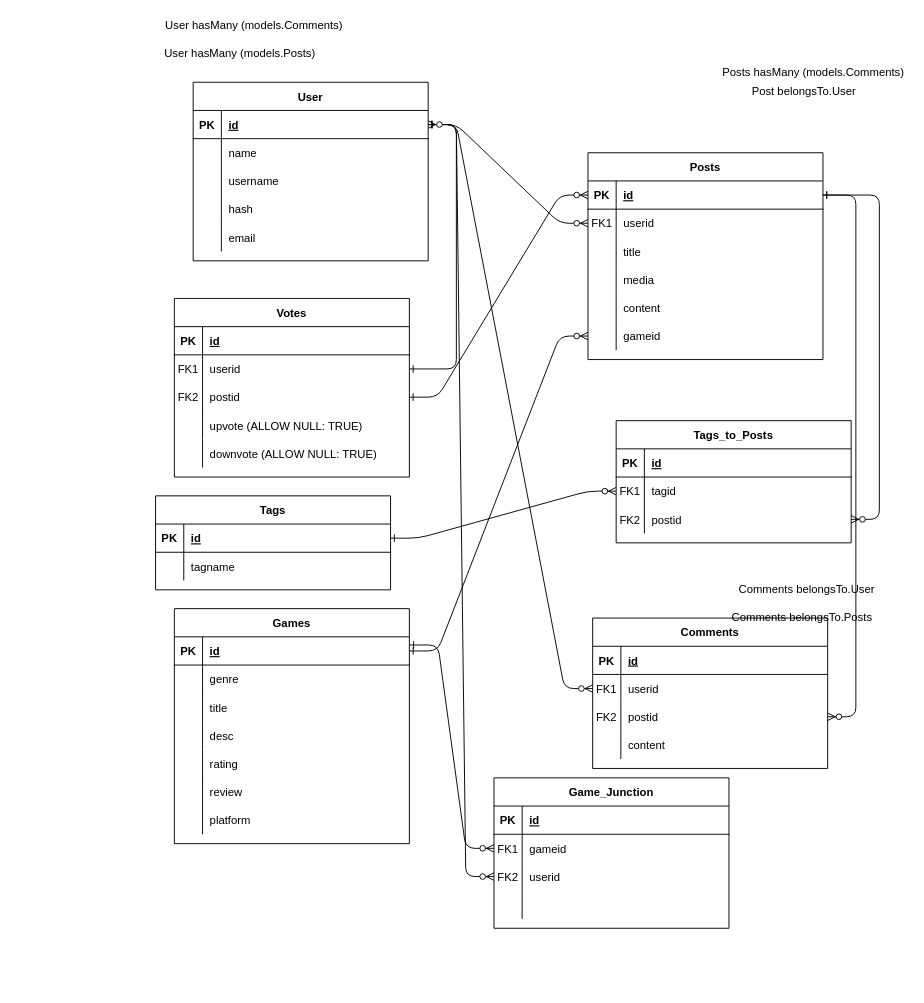
Before: page "Table Templates" (2 of 2) of server/additionalFiles/homepage.drawio in k5tuck/Gamers_Capstone, a draw.io diagram. Source tidied: cells renumbered, new cells numbered last; positions are measured from the earlier drawing's top-left corner, leaving out a move shared by most shapes. Both pictures are drawn from the tidied source at 94%, with x=0, y=0 at pixel (155, 16).
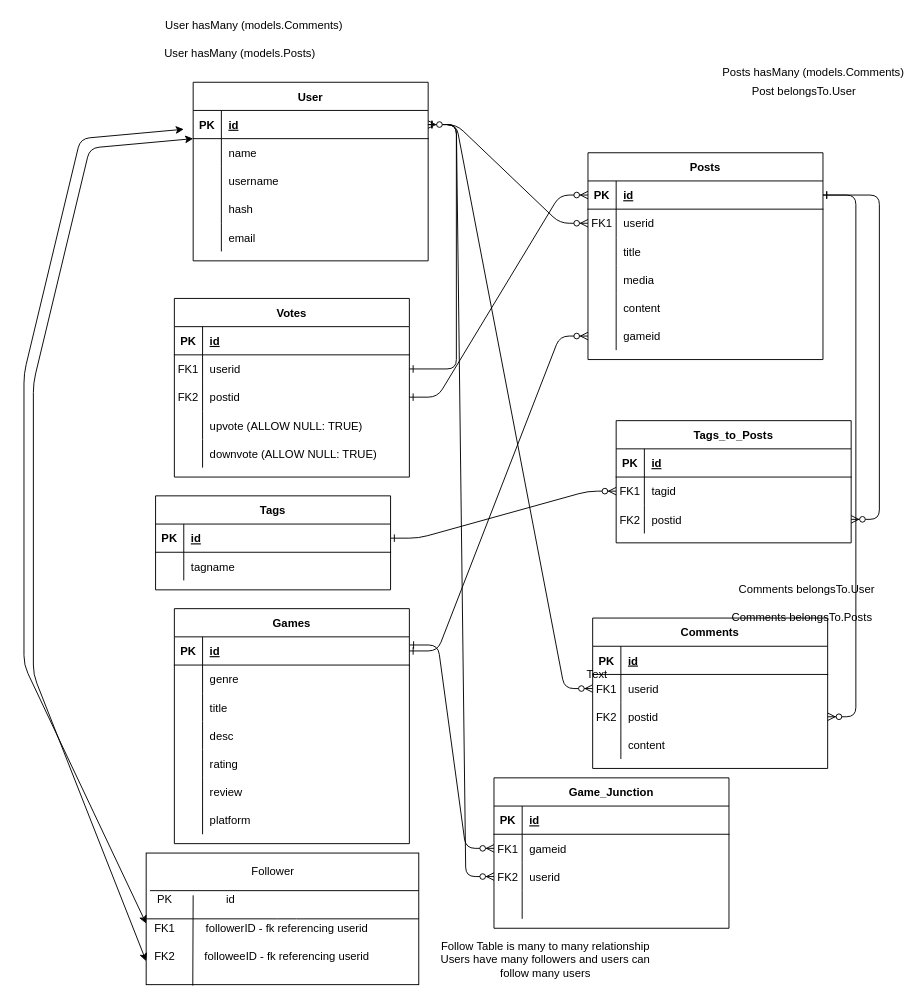
The same diagram, later.

Commit message:
added table to db diagram

Diff of the diagram source:
```diff
@@
+    <mxCell id="135" style="rounded=0;whiteSpace=wrap;html=1;" parent="1" vertex="1">
+      <mxGeometry x="-10" y="890" width="290" height="140" as="geometry" />
+    </mxCell>
+    <mxCell id="136" value="Text" style="text;html=1;strokeColor=none;fillColor=none;align=center;verticalAlign=middle;whiteSpace=wrap;rounded=0;" parent="1" vertex="1">
+      <mxGeometry x="450" y="690" width="40" height="20" as="geometry" />
+    </mxCell>
+    <mxCell id="137" value="Follower&lt;br&gt;" style="text;html=1;strokeColor=none;fillColor=none;align=center;verticalAlign=middle;whiteSpace=wrap;rounded=0;" parent="1" vertex="1">
+      <mxGeometry x="105" y="900" width="40" height="20" as="geometry" />
+    </mxCell>
+    <mxCell id="138" value="PK" style="text;html=1;strokeColor=none;fillColor=none;align=center;verticalAlign=middle;whiteSpace=wrap;rounded=0;" parent="1" vertex="1">
+      <mxGeometry x="-10" y="930" width="40" height="20" as="geometry" />
+    </mxCell>
+    <mxCell id="139" value="id" style="text;html=1;strokeColor=none;fillColor=none;align=center;verticalAlign=middle;whiteSpace=wrap;rounded=0;" parent="1" vertex="1">
+      <mxGeometry x="60" y="930" width="40" height="20" as="geometry" />
+    </mxCell>
+    <mxCell id="140" value="followerID - fk referencing userid" style="text;html=1;strokeColor=none;fillColor=none;align=center;verticalAlign=middle;whiteSpace=wrap;rounded=0;" parent="1" vertex="1">
+      <mxGeometry x="-10" y="960" width="300" height="20" as="geometry" />
+    </mxCell>
+    <mxCell id="141" value="followeeID - fk referencing userid" style="text;html=1;strokeColor=none;fillColor=none;align=center;verticalAlign=middle;whiteSpace=wrap;rounded=0;" parent="1" vertex="1">
+      <mxGeometry x="-10" y="990" width="300" height="20" as="geometry" />
+    </mxCell>
+    <mxCell id="142" value="Follow Table is many to many relationship" style="text;html=1;strokeColor=none;fillColor=none;align=center;verticalAlign=middle;whiteSpace=wrap;rounded=0;" parent="1" vertex="1">
+      <mxGeometry x="300" y="980" width="230" height="20" as="geometry" />
+    </mxCell>
+    <mxCell id="143" value="Users have many followers and users can follow many users" style="text;html=1;strokeColor=none;fillColor=none;align=center;verticalAlign=middle;whiteSpace=wrap;rounded=0;" parent="1" vertex="1">
+      <mxGeometry x="300" y="1000" width="230" height="20" as="geometry" />
+    </mxCell>
+    <mxCell id="144" style="endArrow=none;html=1;exitX=0;exitY=0;exitDx=0;exitDy=0;entryX=1;entryY=0.5;entryDx=0;entryDy=0;" parent="1" edge="1" source="140" target="135">
+      <mxGeometry relative="1" as="geometry">
+        <Array as="points">
+          <mxPoint x="140" y="960" />
+        </Array>
+      </mxGeometry>
+    </mxCell>
+    <mxCell id="145" style="endArrow=none;html=1;exitX=0.08;exitY=0;exitDx=0;exitDy=0;exitPerimeter=0;entryX=1;entryY=0.5;entryDx=0;entryDy=0;" parent="1" edge="1">
+      <mxGeometry relative="1" as="geometry">
+        <mxPoint x="-6" y="930" as="sourcePoint" />
+        <mxPoint x="280" y="930" as="targetPoint" />
+      </mxGeometry>
+    </mxCell>
+    <mxCell id="146" style="endArrow=none;html=1;exitX=0.171;exitY=1.007;exitDx=0;exitDy=0;exitPerimeter=0;" parent="1" edge="1" source="135">
+      <mxGeometry relative="1" as="geometry">
+        <mxPoint x="40" y="935" as="targetPoint" />
+      </mxGeometry>
+    </mxCell>
+    <mxCell id="147" value="FK1" style="text;html=1;strokeColor=none;fillColor=none;align=center;verticalAlign=middle;whiteSpace=wrap;rounded=0;" parent="1" vertex="1">
+      <mxGeometry x="-10" y="960" width="40" height="20" as="geometry" />
+    </mxCell>
+    <mxCell id="148" value="FK2" style="text;html=1;strokeColor=none;fillColor=none;align=center;verticalAlign=middle;whiteSpace=wrap;rounded=0;" parent="1" vertex="1">
+      <mxGeometry x="-10" y="990" width="40" height="20" as="geometry" />
+    </mxCell>
+    <mxCell id="149" style="endArrow=classic;startArrow=classic;html=1;entryX=0;entryY=0.25;entryDx=0;entryDy=0;" parent="1" edge="1" target="147">
+      <mxGeometry relative="1" as="geometry">
+        <mxPoint x="30" y="120" as="sourcePoint" />
+        <Array as="points">
+          <mxPoint x="-80" y="130" />
+          <mxPoint x="-140" y="380" />
+          <mxPoint x="-140" y="690" />
+        </Array>
+      </mxGeometry>
+    </mxCell>
+    <mxCell id="150" style="endArrow=classic;startArrow=classic;html=1;entryX=0;entryY=0.75;entryDx=0;entryDy=0;" parent="1" edge="1" target="148">
+      <mxGeometry relative="1" as="geometry">
+        <mxPoint x="40" y="130" as="sourcePoint" />
+        <Array as="points">
+          <mxPoint x="-70" y="140" />
+          <mxPoint x="-130" y="390" />
+          <mxPoint x="-130" y="700" />
+        </Array>
+      </mxGeometry>
+    </mxCell>
```
